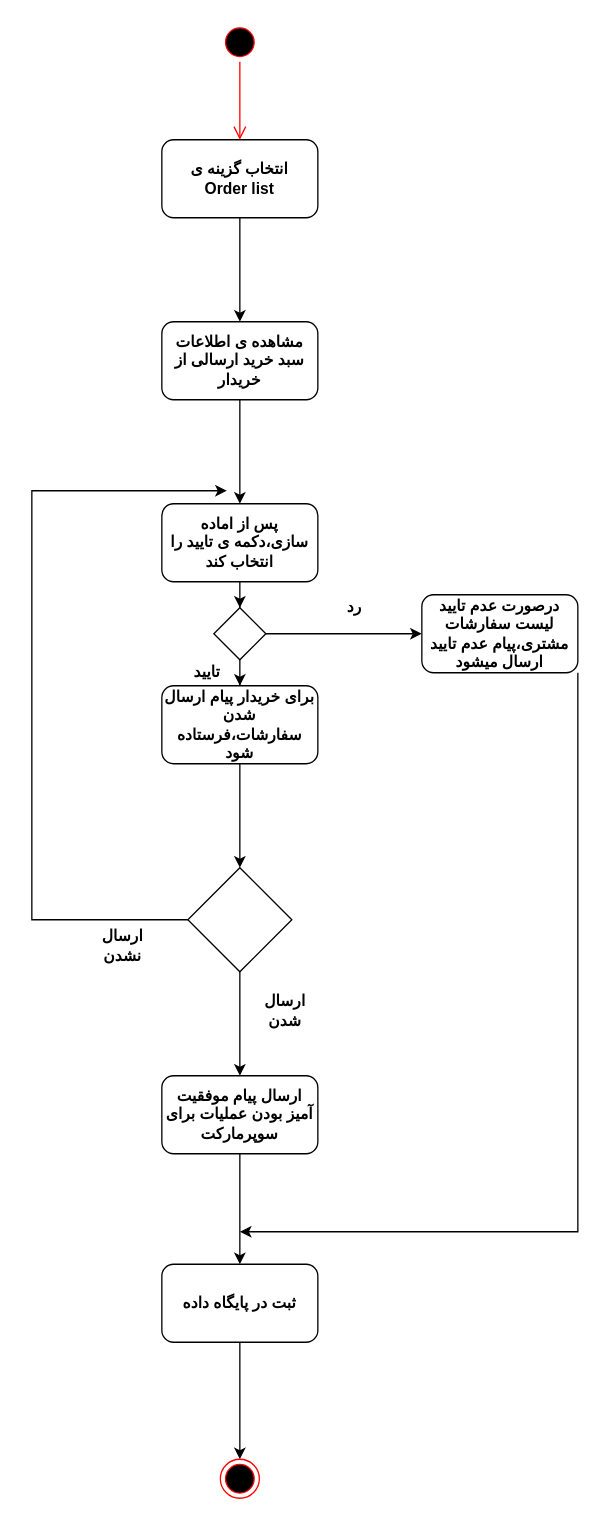
Above: docs/Order List Diagram.drawio in marketplus95/marketplus95 (draw.io), before the change. Source tidied: cells renumbered, new cells numbered last; positions are measured from the earlier drawing's top-left corner, leaving out a move shared by most shapes. Both pictures are drawn from the tidied source at 130%, with x=0, y=0 at pixel (31, 22).
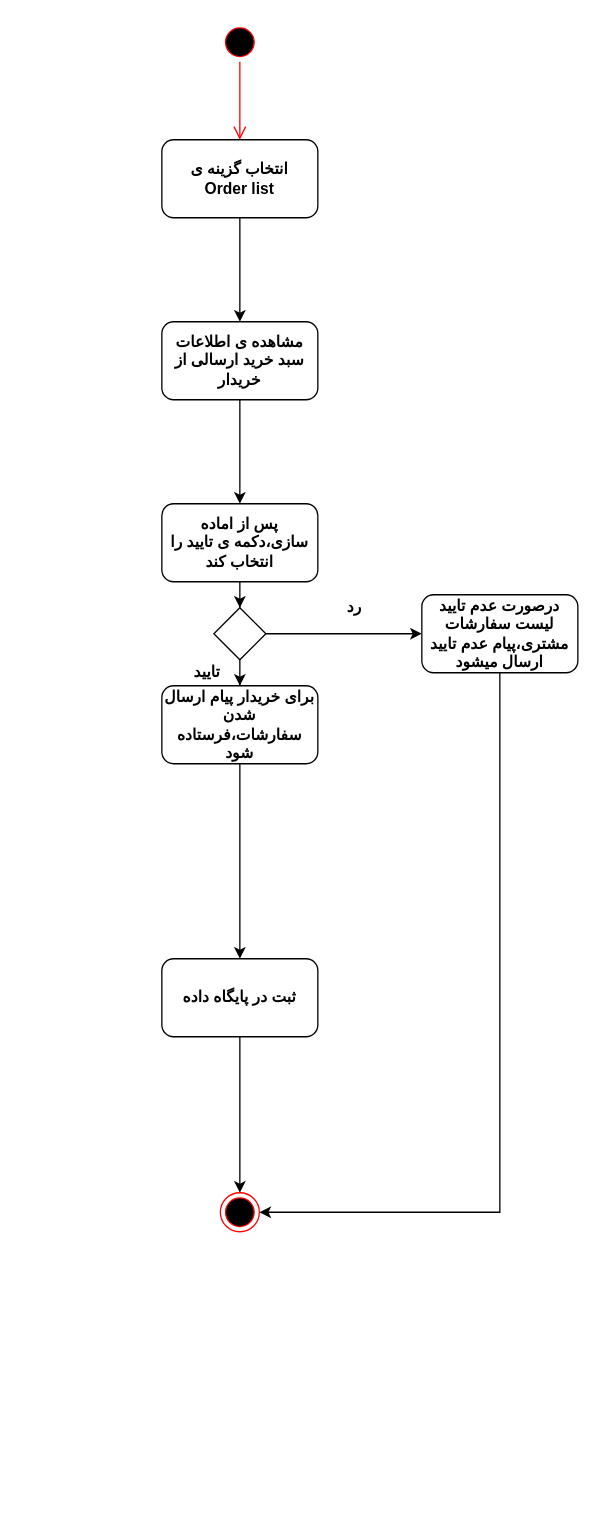
The same diagram, later.

The change refers to these unchanged cells:
```xml
<mxCell id="9" value="&lt;b&gt;برای خریدار پیام ارسال شدن سفارشات،فرستاده شود&lt;/b&gt;" style="rounded=1;whiteSpace=wrap;html=1;" parent="1" vertex="1">
  <mxGeometry x="100" y="510" width="120" height="60" as="geometry" />
</mxCell>
<mxCell id="26" value="&lt;b&gt;درصورت عدم تایید لیست سفارشات مشتری،پیام عدم تایید ارسال میشود&lt;/b&gt;" style="rounded=1;whiteSpace=wrap;html=1;" parent="1" vertex="1">
  <mxGeometry x="300" y="440" width="120" height="60" as="geometry" />
</mxCell>
```

Change to the diagram source:
```diff
@@
-    <mxCell id="8" style="edgeStyle=orthogonalEdgeStyle;rounded=0;jettySize=auto;html=1;" parent="1" edge="1" source="9">
-      <mxGeometry relative="1" as="geometry">
-        <mxPoint x="160" y="650" as="targetPoint" />
-      </mxGeometry>
-    </mxCell>
+    <mxCell id="29" style="edgeStyle=orthogonalEdgeStyle;rounded=0;jettySize=auto;html=1;entryX=0.5;entryY=0;entryDx=0;entryDy=0;" parent="1" edge="1" source="9" target="11">
+      <mxGeometry relative="1" as="geometry" />
+    </mxCell>
@@
     <mxCell id="11" value="&lt;b&gt;ثبت در پایگاه داده&lt;/b&gt;" style="rounded=1;whiteSpace=wrap;html=1;" parent="1" vertex="1">
-      <mxGeometry x="100" y="955" width="120" height="60" as="geometry" />
+      <mxGeometry x="100" y="720" width="120" height="60" as="geometry" />
     </mxCell>
@@
     <mxCell id="14" style="ellipse;html=1;shape=endState;fillColor=#000000;strokeColor=#ff0000;" parent="1" vertex="1">
-      <mxGeometry x="145" y="1105" width="30" height="30" as="geometry" />
+      <mxGeometry x="145" y="900" width="30" height="30" as="geometry" />
     </mxCell>
-    <mxCell id="15" style="edgeStyle=orthogonalEdgeStyle;rounded=0;jettySize=auto;html=1;" parent="1" edge="1" source="17">
-      <mxGeometry relative="1" as="geometry">
-        <mxPoint x="160" y="810" as="targetPoint" />
-      </mxGeometry>
-    </mxCell>
-    <mxCell id="16" style="edgeStyle=orthogonalEdgeStyle;rounded=0;jettySize=auto;html=1;" parent="1" edge="1" source="17">
-      <mxGeometry relative="1" as="geometry">
-        <mxPoint x="150" y="360" as="targetPoint" />
-        <Array as="points">
-          <mxPoint y="690" />
-          <mxPoint y="360" />
-        </Array>
-      </mxGeometry>
-    </mxCell>
-    <mxCell id="17" style="rhombus;whiteSpace=wrap;html=1;" parent="1" vertex="1">
-      <mxGeometry x="120" y="650" width="80" height="80" as="geometry" />
-    </mxCell>
-    <mxCell id="18" style="edgeStyle=orthogonalEdgeStyle;rounded=0;jettySize=auto;html=1;entryX=0.5;entryY=0;entryDx=0;entryDy=0;" parent="1" edge="1" source="19" target="11">
-      <mxGeometry relative="1" as="geometry" />
-    </mxCell>
-    <mxCell id="19" value="&lt;b&gt;ارسال پیام موفقیت آمیز بودن عملیات برای سوپرمارکت&lt;/b&gt;" style="rounded=1;whiteSpace=wrap;html=1;" parent="1" vertex="1">
-      <mxGeometry x="100" y="810" width="120" height="60" as="geometry" />
-    </mxCell>
-    <mxCell id="20" value="&lt;b&gt;ارسال شدن&lt;/b&gt;" style="text;html=1;strokeColor=none;fillColor=none;align=center;verticalAlign=middle;whiteSpace=wrap;rounded=0;" parent="1" vertex="1">
-      <mxGeometry x="175" y="750" width="40" height="20" as="geometry" />
-    </mxCell>
-    <mxCell id="21" value="&lt;b&gt;ارسال نشدن&lt;/b&gt;" style="text;html=1;strokeColor=none;fillColor=none;align=center;verticalAlign=middle;whiteSpace=wrap;rounded=0;" parent="1" vertex="1">
-      <mxGeometry x="50" y="700" width="40" height="20" as="geometry" />
-    </mxCell>
@@
-    <mxCell id="25" style="edgeStyle=orthogonalEdgeStyle;rounded=0;jettySize=auto;html=1;" parent="1" edge="1" source="26">
-      <mxGeometry relative="1" as="geometry">
-        <mxPoint x="160" y="930" as="targetPoint" />
-        <Array as="points">
-          <mxPoint x="420" y="930" />
-        </Array>
-      </mxGeometry>
-    </mxCell>
+    <mxCell id="30" style="edgeStyle=orthogonalEdgeStyle;rounded=0;jettySize=auto;html=1;entryX=1;entryY=0.5;entryDx=0;entryDy=0;" parent="1" edge="1" source="26" target="14">
+      <mxGeometry relative="1" as="geometry">
+        <Array as="points">
+          <mxPoint x="360" y="915" />
+        </Array>
+      </mxGeometry>
+    </mxCell>
```
